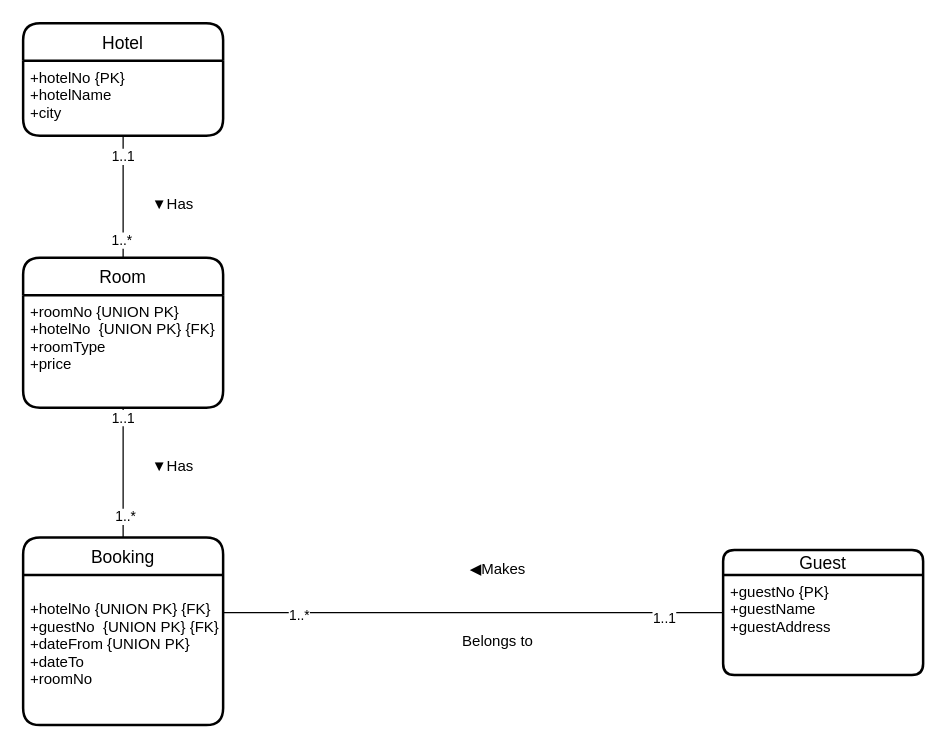
The draw.io diagram page "Page-3" (3 of 3) of 未命名绘图.drawio in bincute/iAmReadingBook, before the edit. Source tidied: cells renumbered, new cells numbered last; positions are measured from the earlier drawing's top-left corner, leaving out a move shared by most shapes. Both pictures are drawn from the tidied source at 125%, with x=0, y=0 at pixel (22, 22).
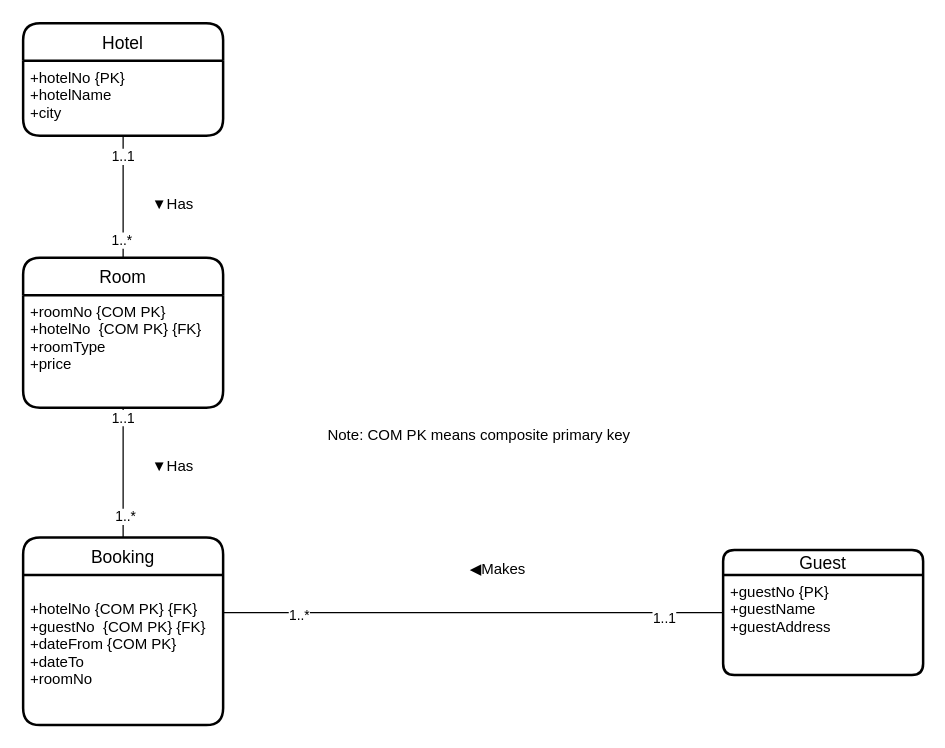
Above is the later version.

Commit message:
Update 未命名绘图.drawio

Unchanged cells that the change refers to:
```xml
<mxCell id="5" value="Room" style="swimlane;horizontal=1;startSize=30;rounded=1;fontSize=14;fontStyle=0;strokeWidth=2;shadow=0;dashed=0;align=center;" parent="1" vertex="1">
  <mxGeometry y="187.6" width="160" height="120" as="geometry" />
</mxCell>
<mxCell id="17" value="Booking" style="swimlane;horizontal=1;startSize=30;rounded=1;fontSize=14;fontStyle=0;strokeWidth=2;shadow=0;dashed=0;align=center;" parent="1" vertex="1">
  <mxGeometry y="411.5" width="160" height="150" as="geometry" />
</mxCell>
```

What changed in the source:
```diff
@@
-    <mxCell id="6" value="+roomNo {UNION PK}&#10;+hotelNo  {UNION PK} {FK}&#10;+roomType &#10;+price" style="align=left;strokeColor=none;fillColor=none;spacingLeft=4;fontSize=12;verticalAlign=top;" parent="5" vertex="1">
+    <mxCell id="6" value="+roomNo {COM PK}&#10;+hotelNo  {COM PK} {FK}&#10;+roomType &#10;+price" style="align=left;strokeColor=none;fillColor=none;spacingLeft=4;fontSize=12;verticalAlign=top;" parent="5" vertex="1">
       <mxGeometry y="30" width="160" height="90" as="geometry" />
     </mxCell>
@@
-    <mxCell id="18" value="&#10;+hotelNo {UNION PK} {FK}&#10;+guestNo  {UNION PK} {FK}&#10;+dateFrom {UNION PK}&#10;+dateTo&#10;+roomNo&#10;" style="align=left;strokeColor=none;fillColor=none;spacingLeft=4;fontSize=12;verticalAlign=top;" parent="17" vertex="1">
+    <mxCell id="18" value="&#10;+hotelNo {COM PK} {FK}&#10;+guestNo  {COM PK} {FK}&#10;+dateFrom {COM PK}&#10;+dateTo&#10;+roomNo&#10;" style="align=left;strokeColor=none;fillColor=none;spacingLeft=4;fontSize=12;verticalAlign=top;" parent="17" vertex="1">
       <mxGeometry y="30" width="160" height="120" as="geometry" />
     </mxCell>
@@
-    <mxCell id="21" value="Belongs to" style="text;html=1;strokeColor=none;fillColor=none;align=center;verticalAlign=middle;whiteSpace=wrap;rounded=0;" parent="1" vertex="1">
-      <mxGeometry x="350" y="480" width="60" height="30" as="geometry" />
-    </mxCell>
@@
+    <mxCell id="23" value="Note: COM PK means composite primary key" style="text;html=1;strokeColor=none;fillColor=none;align=center;verticalAlign=middle;whiteSpace=wrap;rounded=0;" parent="1" vertex="1">
+      <mxGeometry x="240" y="300" width="250" height="60" as="geometry" />
+    </mxCell>
```
